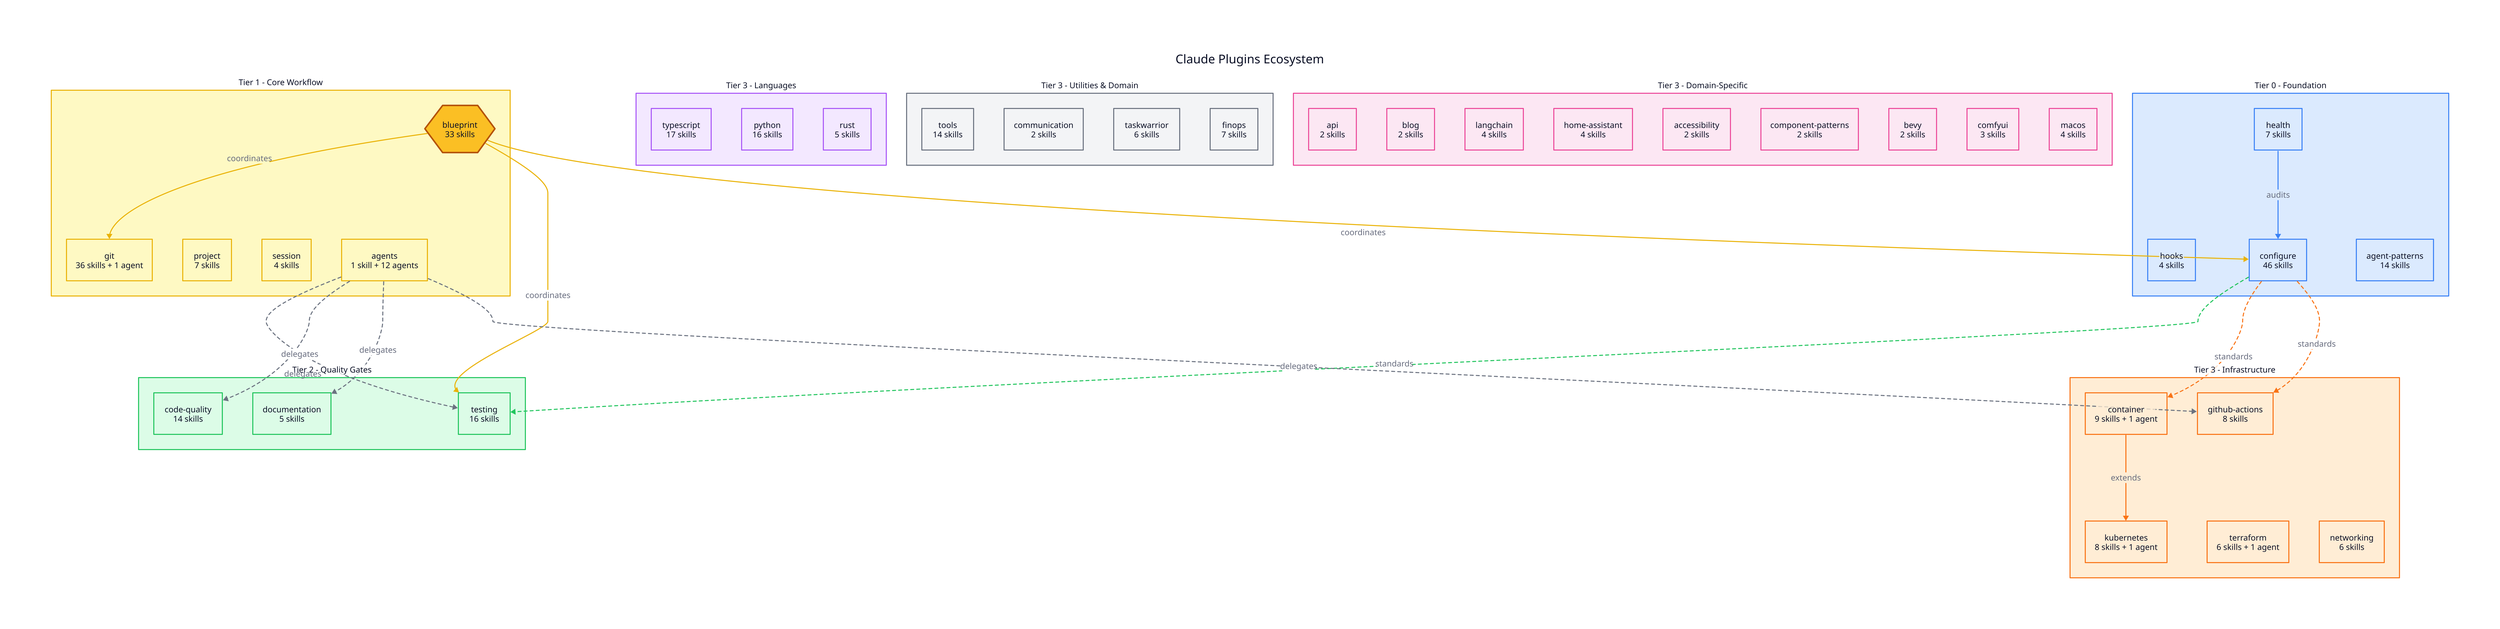
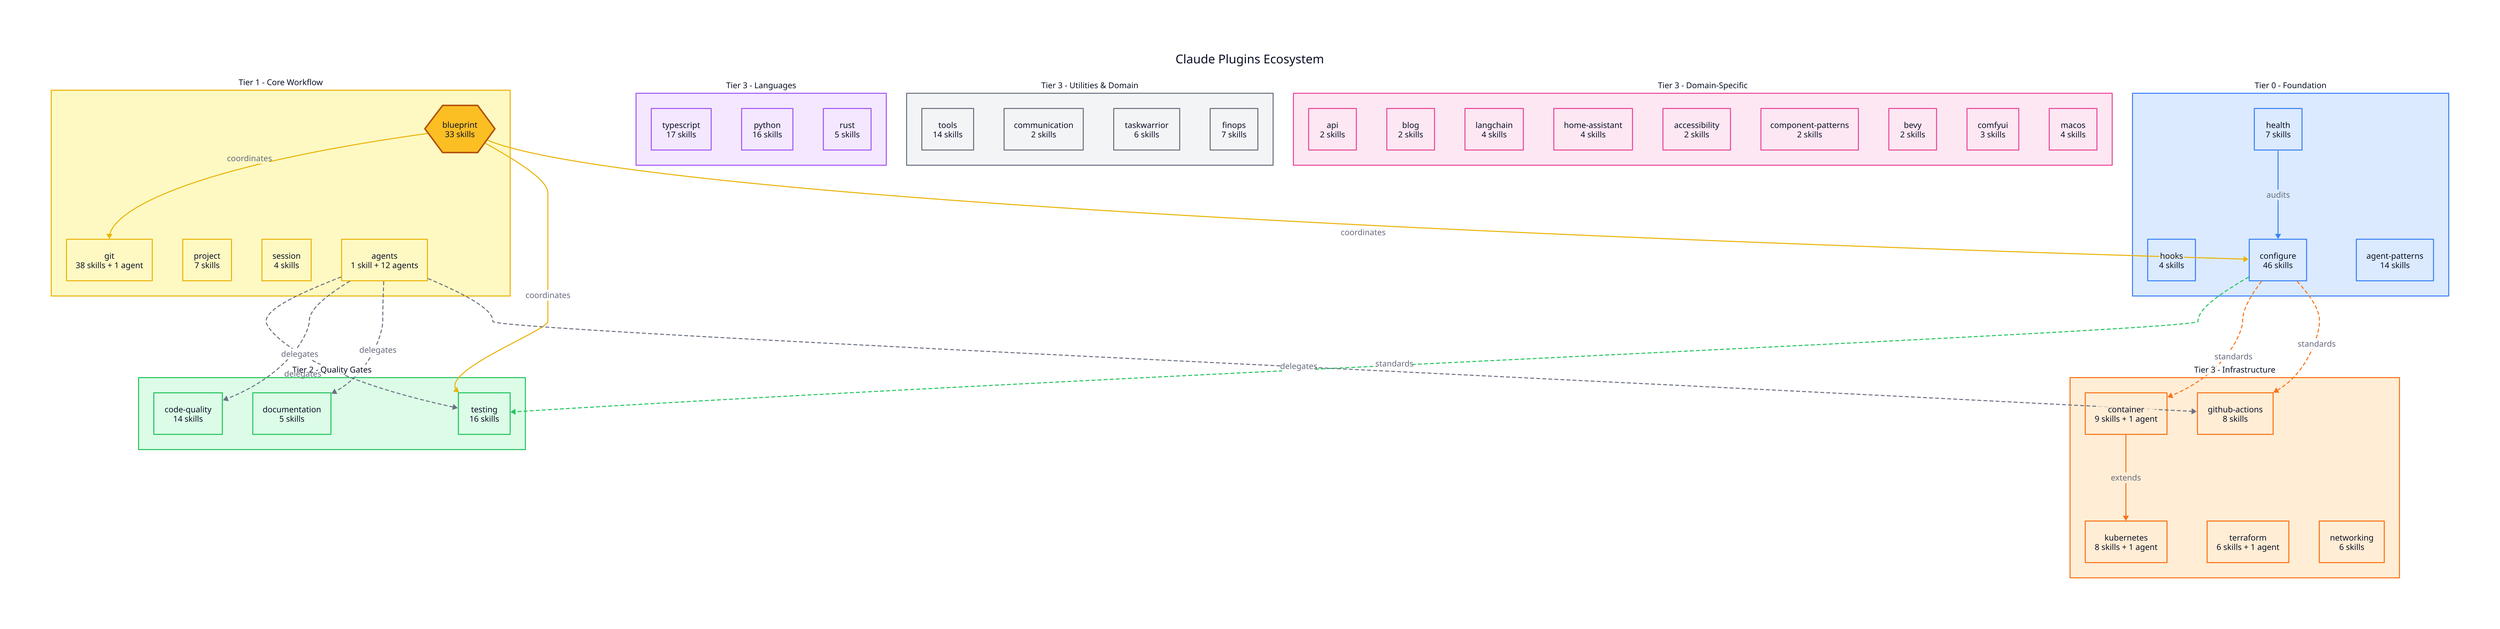
direction: down

title: "Claude Plugins Ecosystem" {
  near: top-center
  shape: text
  style: {
    font-size: 24
    bold: true
  }
}

# === CLASSES ===
classes: {
  foundation: {
    style.fill: "#dbeafe"
    style.stroke: "#3b82f6"
  }
  core: {
    style.fill: "#fef9c3"
    style.stroke: "#eab308"
  }
  quality: {
    style.fill: "#dcfce7"
    style.stroke: "#22c55e"
  }
  language: {
    style.fill: "#f3e8ff"
    style.stroke: "#a855f7"
  }
  infra: {
    style.fill: "#ffedd5"
    style.stroke: "#f97316"
  }
  utility: {
    style.fill: "#f3f4f6"
    style.stroke: "#6b7280"
  }
  domain: {
    style.fill: "#fce7f3"
    style.stroke: "#ec4899"
  }
}

# === TIER 0: FOUNDATION ===
foundation: {
  label: "Tier 0 - Foundation"
  class: foundation
  style.font-size: 16
  style.bold: true

  health: {
    label: "health\n7 skills"
    shape: rectangle
    class: foundation
  }
  hooks: {
    label: "hooks\n4 skills"
    shape: rectangle
    class: foundation
  }
  configure: {
    label: "configure\n46 skills"
    shape: rectangle
    class: foundation
  }
  agent-patterns: {
    label: "agent-patterns\n14 skills"
    shape: rectangle
    class: foundation
  }
}

# === TIER 1: CORE WORKFLOW ===
core: {
  label: "Tier 1 - Core Workflow"
  class: core
  style.font-size: 16
  style.bold: true

  blueprint: {
    label: "blueprint\n33 skills"
    shape: hexagon
    style.fill: "#fbbf24"
    style.stroke: "#b45309"
    style.stroke-width: 3
  }
  git: {
-     label: "git\n36 skills + 1 agent"
+     label: "git\n38 skills + 1 agent"
    shape: rectangle
    class: core
  }
  project: {
    label: "project\n7 skills"
    shape: rectangle
    class: core
  }
  session: {
    label: "session\n4 skills"
    shape: rectangle
    class: core
  }
  agents: {
    label: "agents\n1 skill + 12 agents"
    shape: rectangle
    class: core
  }
}

# === TIER 2: QUALITY GATES ===
quality: {
  label: "Tier 2 - Quality Gates"
  class: quality
  style.font-size: 16
  style.bold: true

  testing: {
    label: "testing\n16 skills"
    shape: rectangle
    class: quality
  }
  code-quality: {
    label: "code-quality\n14 skills"
    shape: rectangle
    class: quality
  }
  documentation: {
    label: "documentation\n5 skills"
    shape: rectangle
    class: quality
  }
}

# === TIER 3: LANGUAGE ===
language: {
  label: "Tier 3 - Languages"
  class: language
  style.font-size: 16
  style.bold: true

  typescript: {
    label: "typescript\n17 skills"
    shape: rectangle
    class: language
  }
  python: {
    label: "python\n16 skills"
    shape: rectangle
    class: language
  }
  rust: {
    label: "rust\n5 skills"
    shape: rectangle
    class: language
  }
}

# === TIER 3: INFRASTRUCTURE ===
infra: {
  label: "Tier 3 - Infrastructure"
  class: infra
  style.font-size: 16
  style.bold: true

  container: {
    label: "container\n9 skills + 1 agent"
    shape: rectangle
    class: infra
  }
  kubernetes: {
    label: "kubernetes\n8 skills + 1 agent"
    shape: rectangle
    class: infra
  }
  terraform: {
    label: "terraform\n6 skills + 1 agent"
    shape: rectangle
    class: infra
  }
  github-actions: {
    label: "github-actions\n8 skills"
    shape: rectangle
    class: infra
  }
  networking: {
    label: "networking\n6 skills"
    shape: rectangle
    class: infra
  }
}

# === TIER 3: UTILITIES & DOMAIN ===
utilities: {
  label: "Tier 3 - Utilities & Domain"
  class: utility
  style.font-size: 16
  style.bold: true

  tools: {
    label: "tools\n14 skills"
    shape: rectangle
    class: utility
  }
  communication: {
    label: "communication\n2 skills"
    shape: rectangle
    class: utility
  }
  taskwarrior: {
    label: "taskwarrior\n6 skills"
    shape: rectangle
    class: utility
  }
  finops: {
    label: "finops\n7 skills"
    shape: rectangle
    class: utility
  }
}

domain: {
  label: "Tier 3 - Domain-Specific"
  class: domain
  style.font-size: 16
  style.bold: true

  api: {
    label: "api\n2 skills"
    shape: rectangle
    class: domain
  }
  blog: {
    label: "blog\n2 skills"
    shape: rectangle
    class: domain
  }
  langchain: {
    label: "langchain\n4 skills"
    shape: rectangle
    class: domain
  }
  home-assistant: {
    label: "home-assistant\n4 skills"
    shape: rectangle
    class: domain
  }
  accessibility: {
    label: "accessibility\n2 skills"
    shape: rectangle
    class: domain
  }
  component-patterns: {
    label: "component-patterns\n2 skills"
    shape: rectangle
    class: domain
  }
  bevy: {
    label: "bevy\n2 skills"
    shape: rectangle
    class: domain
  }
  comfyui: {
    label: "comfyui\n3 skills"
    shape: rectangle
    class: domain
  }
  macos: {
    label: "macos\n4 skills"
    shape: rectangle
    class: domain
  }
}

# === RELATIONSHIPS ===

# Foundation flows
foundation.health -> foundation.configure: "audits" {
  style.stroke: "#3b82f6"
}

# Configure provides standards for
foundation.configure -> quality.testing: "standards" {
  style.stroke: "#22c55e"
  style.stroke-dash: 3
}
foundation.configure -> infra.container: "standards" {
  style.stroke: "#f97316"
  style.stroke-dash: 3
}
foundation.configure -> infra.github-actions: "standards" {
  style.stroke: "#f97316"
  style.stroke-dash: 3
}

# Blueprint coordinates
core.blueprint -> core.git: "coordinates" {
  style.stroke: "#eab308"
}
core.blueprint -> quality.testing: "coordinates" {
  style.stroke: "#eab308"
}
core.blueprint -> foundation.configure: "coordinates" {
  style.stroke: "#eab308"
}

# Agents delegate to
core.agents -> quality.testing: "delegates" {
  style.stroke: "#6b7280"
  style.stroke-dash: 3
}
core.agents -> quality.code-quality: "delegates" {
  style.stroke: "#6b7280"
  style.stroke-dash: 3
}
core.agents -> quality.documentation: "delegates" {
  style.stroke: "#6b7280"
  style.stroke-dash: 3
}
core.agents -> infra.github-actions: "delegates" {
  style.stroke: "#6b7280"
  style.stroke-dash: 3
}

# Infrastructure extends
infra.container -> infra.kubernetes: "extends" {
  style.stroke: "#f97316"
}
